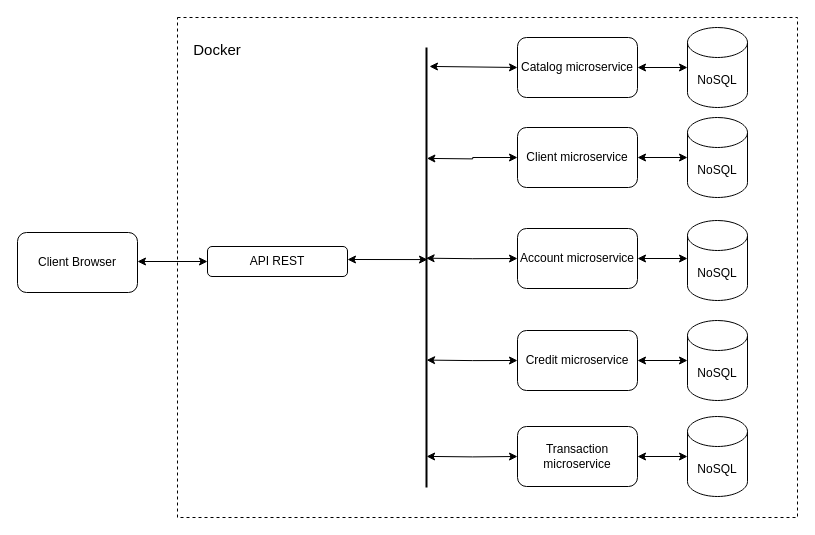
Before: esquema.drawio in Burgoos/Proyecto-Semana-1, a draw.io diagram. Source tidied: cells renumbered, new cells numbered last; positions are measured from the earlier drawing's top-left corner, leaving out a move shared by most shapes. Both pictures are drawn from the tidied source at 100%, with x=0, y=0 at pixel (17, 17).
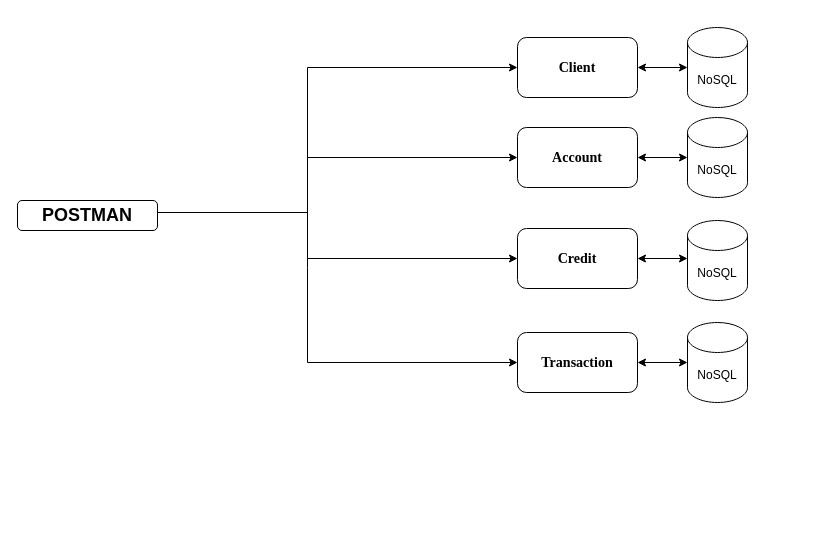
The same diagram, later.

Commit message:
Correct diagram

Change to the diagram source:
```diff
@@
-    <mxCell id="2" style="rounded=0;whiteSpace=wrap;html=1;dashed=1;" parent="1" vertex="1">
-      <mxGeometry x="160" width="620" height="500" as="geometry" />
-    </mxCell>
-    <mxCell id="3" value="Client microservice" style="rounded=1;whiteSpace=wrap;html=1;" parent="1" vertex="1">
+    <mxCell id="3" value="&lt;h3&gt;&lt;font face=&quot;Garamond&quot;&gt;Account&lt;/font&gt;&lt;/h3&gt;" style="rounded=1;whiteSpace=wrap;html=1;" parent="1" vertex="1">
       <mxGeometry x="500" y="110" width="120" height="60" as="geometry" />
     </mxCell>
-    <mxCell id="4" value="Account microservice" style="rounded=1;whiteSpace=wrap;html=1;" parent="1" vertex="1">
+    <mxCell id="4" value="&lt;h3&gt;&lt;font face=&quot;Garamond&quot;&gt;Credit&lt;/font&gt;&lt;/h3&gt;" style="rounded=1;whiteSpace=wrap;html=1;" parent="1" vertex="1">
       <mxGeometry x="500" y="211" width="120" height="60" as="geometry" />
     </mxCell>
-    <mxCell id="5" value="Credit microservice" style="rounded=1;whiteSpace=wrap;html=1;" parent="1" vertex="1">
-      <mxGeometry x="500" y="313" width="120" height="60" as="geometry" />
-    </mxCell>
-    <mxCell id="6" value="Transaction microservice" style="rounded=1;whiteSpace=wrap;html=1;" parent="1" vertex="1">
-      <mxGeometry x="500" y="409" width="120" height="60" as="geometry" />
+    <mxCell id="6" value="&lt;h3&gt;&lt;font face=&quot;Garamond&quot;&gt;Transaction&lt;/font&gt;&lt;/h3&gt;" style="rounded=1;whiteSpace=wrap;html=1;" parent="1" vertex="1">
+      <mxGeometry x="500" y="315" width="120" height="60" as="geometry" />
     </mxCell>
-    <mxCell id="7" style="edgeStyle=orthogonalEdgeStyle;rounded=0;jettySize=auto;html=1;entryX=0;entryY=0.5;entryDx=0;entryDy=0;exitX=0.03;exitY=0.462;exitDx=0;exitDy=0;exitPerimeter=0;startArrow=classic;startFill=1;" parent="1" edge="1" target="3">
-      <mxGeometry relative="1" as="geometry">
-        <mxPoint x="409.4" y="140.9" as="sourcePoint" />
-      </mxGeometry>
-    </mxCell>
-    <mxCell id="8" style="edgeStyle=orthogonalEdgeStyle;rounded=0;jettySize=auto;html=1;exitX=0.499;exitY=0.49;exitDx=0;exitDy=0;exitPerimeter=0;startArrow=classic;startFill=1;" parent="1" edge="1" target="5">
-      <mxGeometry relative="1" as="geometry">
-        <mxPoint x="409.1" y="342.6" as="sourcePoint" />
-      </mxGeometry>
-    </mxCell>
-    <mxCell id="9" style="edgeStyle=orthogonalEdgeStyle;rounded=0;jettySize=auto;html=1;entryX=0;entryY=0.5;entryDx=0;entryDy=0;exitX=0.723;exitY=0.49;exitDx=0;exitDy=0;exitPerimeter=0;startArrow=classic;startFill=1;" parent="1" edge="1" target="6">
-      <mxGeometry relative="1" as="geometry">
-        <mxPoint x="409.1" y="438.9" as="sourcePoint" />
-      </mxGeometry>
-    </mxCell>
-    <mxCell id="10" style="edgeStyle=orthogonalEdgeStyle;rounded=0;jettySize=auto;html=1;entryX=0;entryY=0.5;entryDx=0;entryDy=0;exitX=0.262;exitY=0.538;exitDx=0;exitDy=0;exitPerimeter=0;startArrow=classic;startFill=1;" parent="1" edge="1" target="4">
-      <mxGeometry relative="1" as="geometry">
-        <mxPoint x="408.6" y="240.7" as="sourcePoint" />
-      </mxGeometry>
-    </mxCell>
@@
-    <mxCell id="14" value="&lt;span&gt;NoSQL&lt;/span&gt;" style="shape=cylinder3;whiteSpace=wrap;html=1;boundedLbl=1;backgroundOutline=1;size=15;" parent="1" vertex="1">
-      <mxGeometry x="670" y="303" width="60" height="80" as="geometry" />
-    </mxCell>
     <mxCell id="15" value="&lt;span&gt;NoSQL&lt;/span&gt;" style="shape=cylinder3;whiteSpace=wrap;html=1;boundedLbl=1;backgroundOutline=1;size=15;" parent="1" vertex="1">
-      <mxGeometry x="670" y="399" width="60" height="80" as="geometry" />
+      <mxGeometry x="670" y="305" width="60" height="80" as="geometry" />
     </mxCell>
@@
-    <mxCell id="17" style="endArrow=classic;html=1;rounded=0;entryX=0;entryY=0.5;entryDx=0;entryDy=0;entryPerimeter=0;exitX=1;exitY=0.5;exitDx=0;exitDy=0;startArrow=classic;startFill=1;" parent="1" edge="1" source="5" target="14">
-      <mxGeometry relative="1" as="geometry" />
-    </mxCell>
@@
-    <mxCell id="19" value="API REST" style="rounded=1;whiteSpace=wrap;html=1;" parent="1" vertex="1">
-      <mxGeometry x="190" y="229" width="140" height="30" as="geometry" />
+    <mxCell id="19" value="&lt;h2&gt;POSTMAN&lt;/h2&gt;" style="rounded=1;whiteSpace=wrap;html=1;" parent="1" vertex="1">
+      <mxGeometry y="183" width="140" height="30" as="geometry" />
     </mxCell>
-    <mxCell id="20" style="endArrow=classic;startArrow=classic;html=1;rounded=0;exitX=1;exitY=0.5;exitDx=0;exitDy=0;entryX=0.482;entryY=0.4;entryDx=0;entryDy=0;entryPerimeter=0;" parent="1" edge="1" target="26">
+    <mxCell id="20" style="endArrow=none;startArrow=none;html=1;rounded=0;exitX=1;exitY=0.5;exitDx=0;exitDy=0;startFill=0;endFill=0;" parent="1" edge="1">
       <mxGeometry relative="1" as="geometry">
-        <mxPoint x="330" y="242" as="sourcePoint" />
+        <mxPoint x="140" y="195" as="sourcePoint" />
+        <mxPoint x="290" y="195" as="targetPoint" />
       </mxGeometry>
     </mxCell>
-    <mxCell id="21" value="Client Browser" style="rounded=1;whiteSpace=wrap;html=1;" parent="1" vertex="1">
-      <mxGeometry y="215" width="120" height="60" as="geometry" />
-    </mxCell>
-    <mxCell id="22" style="endArrow=classic;startArrow=classic;html=1;rounded=0;exitX=1;exitY=0.5;exitDx=0;exitDy=0;entryX=0;entryY=0.5;entryDx=0;entryDy=0;" parent="1" edge="1" target="19">
-      <mxGeometry relative="1" as="geometry">
-        <mxPoint x="120" y="244" as="sourcePoint" />
-      </mxGeometry>
-    </mxCell>
-    <mxCell id="23" value="Catalog microservice" style="rounded=1;whiteSpace=wrap;html=1;" parent="1" vertex="1">
+    <mxCell id="23" value="&lt;h3&gt;&lt;font face=&quot;Garamond&quot;&gt;Client&lt;/font&gt;&lt;/h3&gt;" style="rounded=1;whiteSpace=wrap;html=1;" parent="1" vertex="1">
       <mxGeometry x="500" y="20" width="120" height="60" as="geometry" />
     </mxCell>
@@
-    <mxCell id="26" style="line;strokeWidth=2;direction=south;html=1;" parent="1" vertex="1">
-      <mxGeometry x="404" y="30" width="10" height="440" as="geometry" />
-    </mxCell>
-    <mxCell id="27" style="endArrow=classic;html=1;rounded=0;exitX=0.043;exitY=0.2;exitDx=0;exitDy=0;exitPerimeter=0;startArrow=classic;startFill=1;" parent="1" edge="1" source="26">
-      <mxGeometry relative="1" as="geometry">
-        <mxPoint x="500" y="50" as="targetPoint" />
-      </mxGeometry>
-    </mxCell>
-    <mxCell id="28" value="&lt;font style=&quot;font-size: 15px&quot;&gt;Docker&lt;/font&gt;" style="text;html=1;strokeColor=none;fillColor=none;align=center;verticalAlign=middle;whiteSpace=wrap;rounded=0;dashed=1;" parent="1" vertex="1">
-      <mxGeometry x="170" y="17" width="60" height="30" as="geometry" />
-    </mxCell>
+    <mxCell id="29" style="endArrow=classic;html=1;rounded=0;entryX=0;entryY=0.5;entryDx=0;entryDy=0;" parent="1" edge="1" target="23">
+      <mxGeometry relative="1" as="geometry">
+        <mxPoint x="290" y="250" as="sourcePoint" />
+        <Array as="points">
+          <mxPoint x="290" y="50" />
+        </Array>
+      </mxGeometry>
+    </mxCell>
+    <mxCell id="30" style="endArrow=classic;html=1;rounded=0;entryX=0;entryY=0.5;entryDx=0;entryDy=0;" parent="1" edge="1" target="3">
+      <mxGeometry relative="1" as="geometry">
+        <mxPoint x="290" y="140" as="sourcePoint" />
+      </mxGeometry>
+    </mxCell>
+    <mxCell id="31" style="endArrow=classic;html=1;rounded=0;entryX=0;entryY=0.5;entryDx=0;entryDy=0;" parent="1" edge="1" target="4">
+      <mxGeometry relative="1" as="geometry">
+        <mxPoint x="290" y="241" as="sourcePoint" />
+      </mxGeometry>
+    </mxCell>
+    <mxCell id="32" style="endArrow=classic;html=1;rounded=0;entryX=0;entryY=0.5;entryDx=0;entryDy=0;" parent="1" edge="1" target="6">
+      <mxGeometry relative="1" as="geometry">
+        <mxPoint x="290" y="250" as="sourcePoint" />
+        <Array as="points">
+          <mxPoint x="290" y="345" />
+        </Array>
+      </mxGeometry>
+    </mxCell>
```
